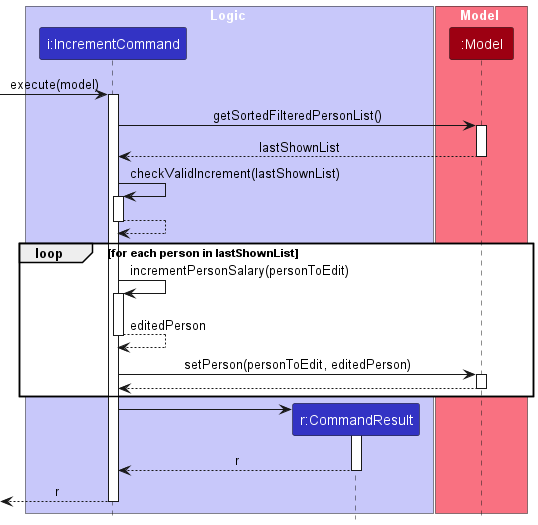
Above: docs/images/IncrementSequenceDiagram.png in ricketytoc/tp (PlantUML), before the change.
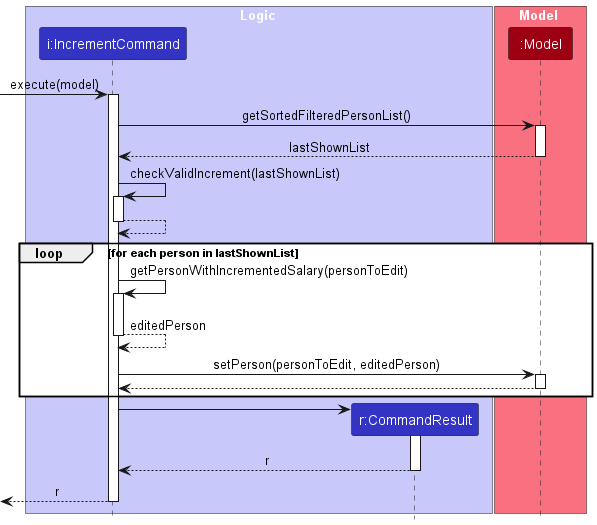
Above is the later version.

Commit message:
Update increment sequence diagram

What changed in the source:
```diff
@@ -27,7 +27,7 @@
 deactivate IncrementCommand
 
 loop for each person in lastShownList
-    IncrementCommand -> IncrementCommand : incrementPersonSalary(personToEdit)
+    IncrementCommand -> IncrementCommand : getPersonWithIncrementedSalary(personToEdit)
     activate IncrementCommand
 
     IncrementCommand --> IncrementCommand : editedPerson
```
